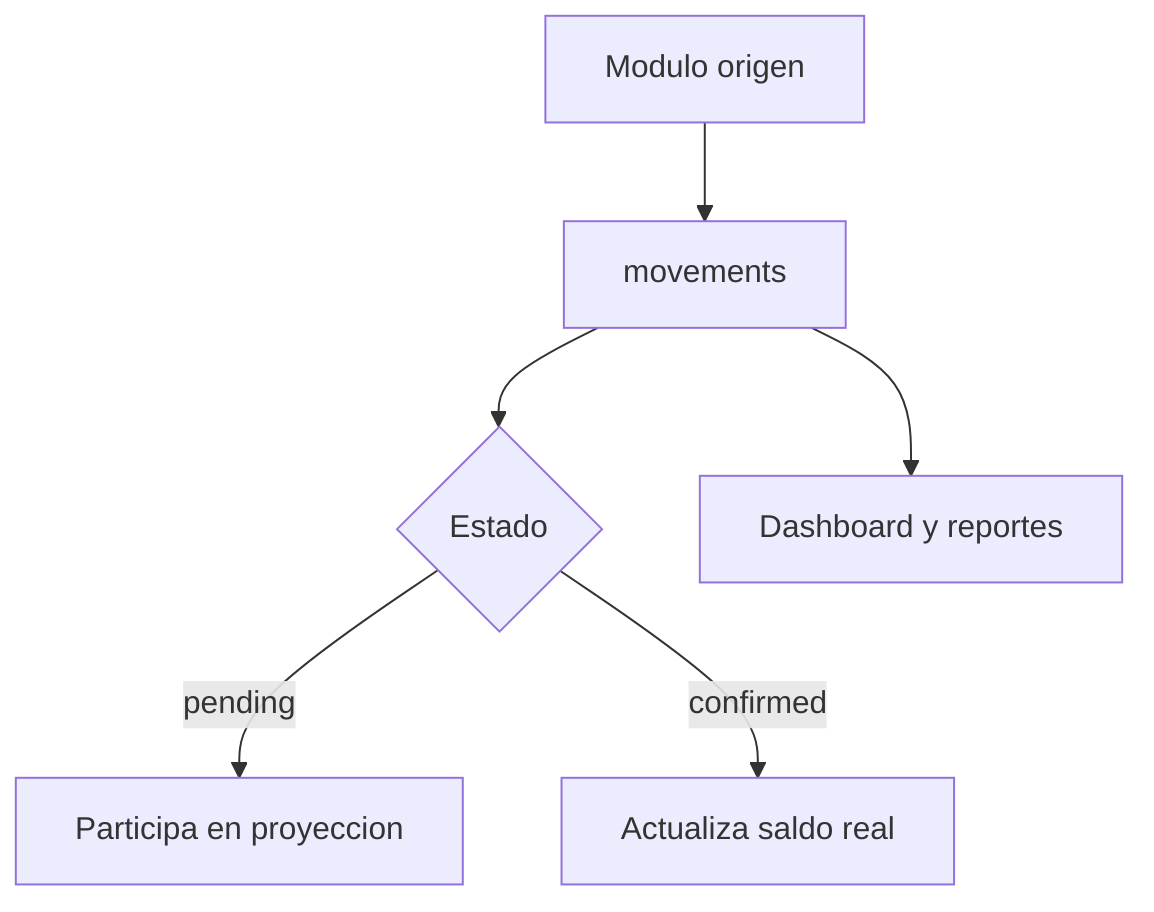
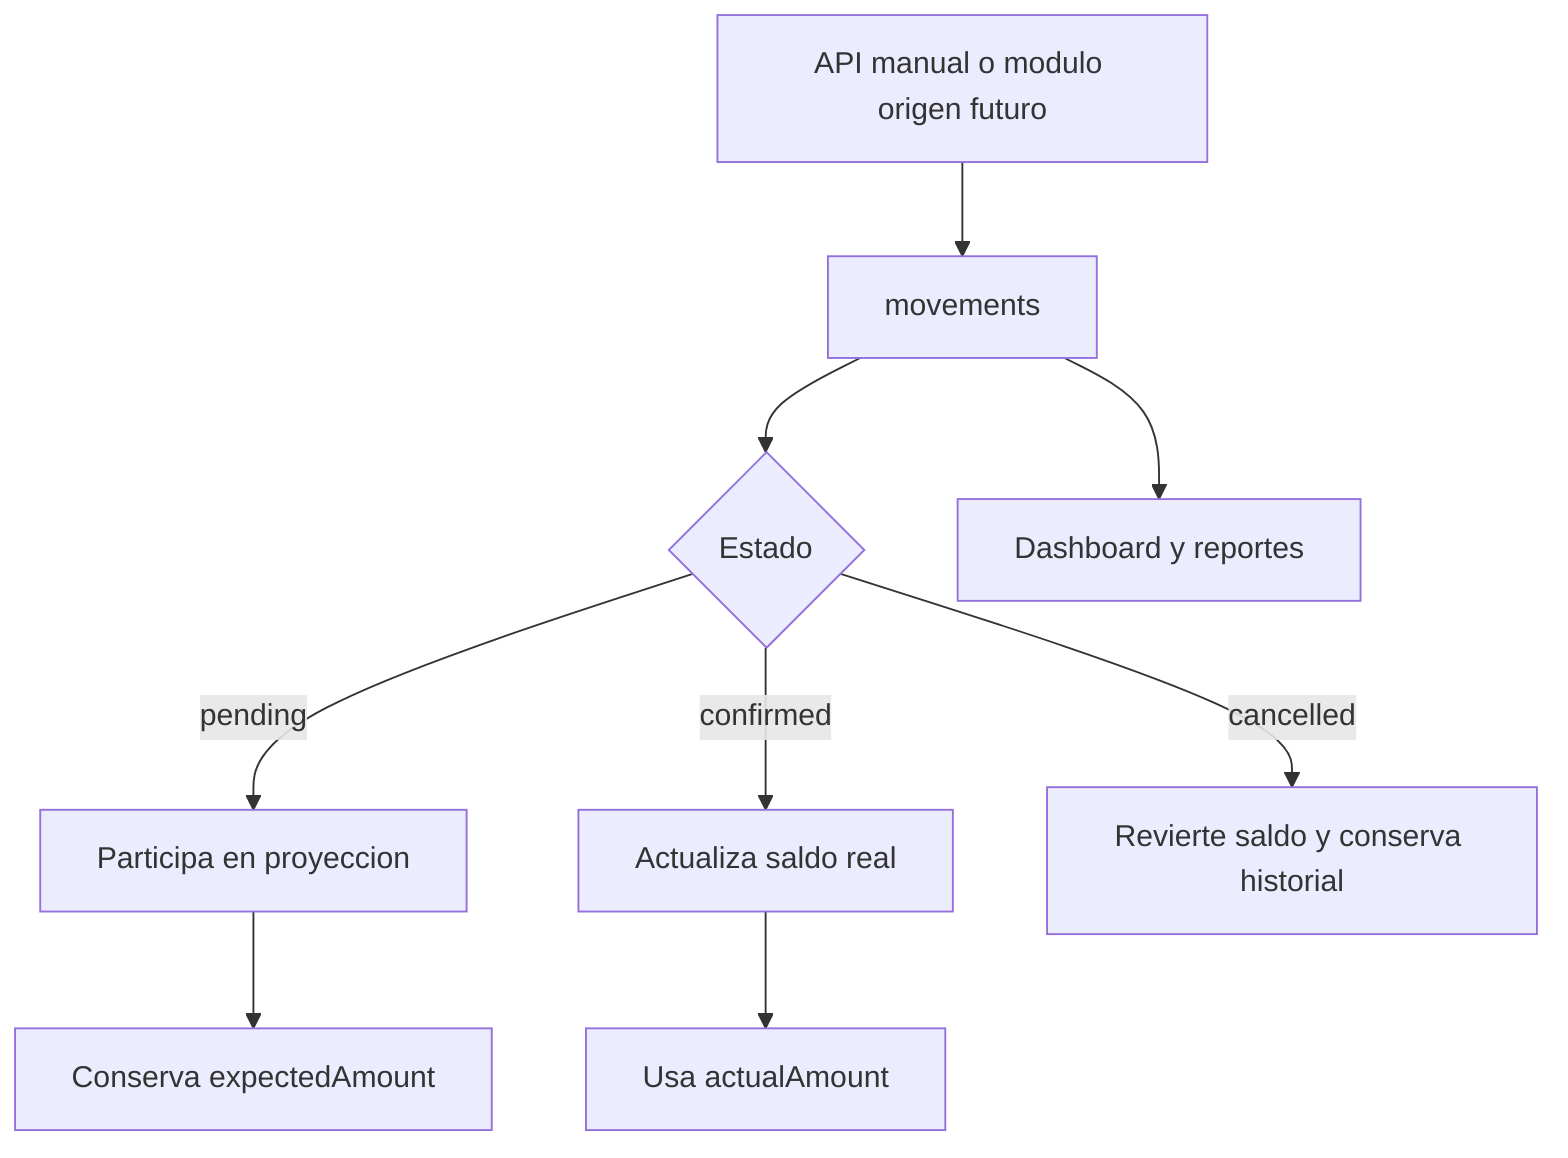
flowchart TD
-     Origen[Modulo origen]
+     Origen[API manual o modulo origen futuro]
    Movement[movements]
    Estado{Estado}
    Proyeccion[Participa en proyeccion]
    Saldo[Actualiza saldo real]
    Dashboard[Dashboard y reportes]

    Origen --> Movement
    Movement --> Estado
    Estado -->|pending| Proyeccion
    Estado -->|confirmed| Saldo
+     Estado -->|cancelled| Reversion[Revierte saldo y conserva historial]
    Movement --> Dashboard
- 
+     Proyeccion --> Expected[Conserva expectedAmount]
+     Saldo --> Actual[Usa actualAmount]
